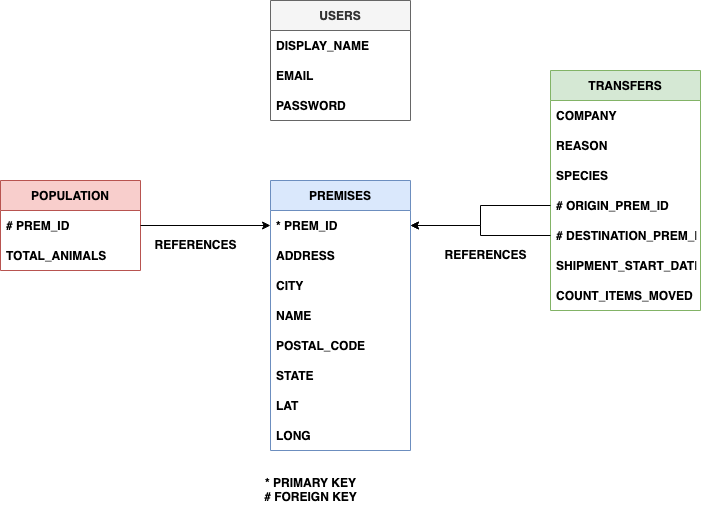
This is images/Data Model.png from jayrajmulani/rab-app-demo, a draw.io export, as it was before one commit. Source tidied: cells renumbered, new cells last; positions are measured from the earlier drawing's top-left corner, leaving out a move shared by most shapes. The source it was exported from:
```xml
<mxGraphModel>
  <root>
    <mxCell id="0" />
    <mxCell id="1" parent="0" />
    <mxCell id="2" value="USERS" style="swimlane;fontStyle=1;horizontal=1;startSize=30;fillColor=#f5f5f5;fontColor=#333333;strokeColor=#666666;" parent="1" vertex="1">
      <mxGeometry x="270" width="140" height="120" as="geometry" />
    </mxCell>
    <mxCell id="3" value="DISPLAY_NAME" style="text;strokeColor=none;fillColor=none;align=left;verticalAlign=middle;spacingLeft=4;spacingRight=4;overflow=hidden;fontStyle=1;" parent="2" vertex="1">
      <mxGeometry y="30" width="140" height="30" as="geometry" />
    </mxCell>
    <mxCell id="4" value="EMAIL" style="text;strokeColor=none;fillColor=none;align=left;verticalAlign=middle;spacingLeft=4;spacingRight=4;overflow=hidden;fontStyle=1;" parent="2" vertex="1">
      <mxGeometry y="60" width="140" height="30" as="geometry" />
    </mxCell>
    <mxCell id="5" value="PASSWORD" style="text;strokeColor=none;fillColor=none;align=left;verticalAlign=middle;spacingLeft=4;spacingRight=4;overflow=hidden;fontStyle=1;" parent="2" vertex="1">
      <mxGeometry y="90" width="140" height="30" as="geometry" />
    </mxCell>
    <mxCell id="6" value="POPULATION" style="swimlane;fontStyle=1;horizontal=1;startSize=30;fillColor=#f8cecc;strokeColor=#b85450;" parent="1" vertex="1">
      <mxGeometry y="180" width="140" height="90" as="geometry" />
    </mxCell>
    <mxCell id="7" value="# PREM_ID" style="text;strokeColor=none;fillColor=none;align=left;verticalAlign=middle;spacingLeft=4;spacingRight=4;overflow=hidden;points=[[0,0.5],[1,0.5]];portConstraint=eastwest;fontStyle=1;" parent="6" vertex="1">
      <mxGeometry y="30" width="140" height="30" as="geometry" />
    </mxCell>
    <mxCell id="8" value="TOTAL_ANIMALS" style="text;strokeColor=none;fillColor=none;align=left;verticalAlign=middle;spacingLeft=4;spacingRight=4;overflow=hidden;fontStyle=1;" parent="6" vertex="1">
      <mxGeometry y="60" width="140" height="30" as="geometry" />
    </mxCell>
    <mxCell id="9" value="PREMISES" style="swimlane;fontStyle=1;horizontal=1;startSize=30;fillColor=#dae8fc;strokeColor=#6c8ebf;" parent="1" vertex="1">
      <mxGeometry x="270" y="180" width="140" height="270" as="geometry" />
    </mxCell>
    <mxCell id="10" value="* PREM_ID" style="text;strokeColor=none;fillColor=none;align=left;verticalAlign=middle;spacingLeft=4;spacingRight=4;overflow=hidden;points=[[0,0.5],[1,0.5]];portConstraint=eastwest;fontStyle=1;" parent="9" vertex="1">
      <mxGeometry y="30" width="140" height="30" as="geometry" />
    </mxCell>
    <mxCell id="11" value="ADDRESS" style="text;strokeColor=none;fillColor=none;align=left;verticalAlign=middle;spacingLeft=4;spacingRight=4;overflow=hidden;fontStyle=1;" parent="9" vertex="1">
      <mxGeometry y="60" width="140" height="30" as="geometry" />
    </mxCell>
    <mxCell id="12" value="CITY" style="text;strokeColor=none;fillColor=none;align=left;verticalAlign=middle;spacingLeft=4;spacingRight=4;overflow=hidden;fontStyle=1;" parent="9" vertex="1">
      <mxGeometry y="90" width="140" height="30" as="geometry" />
    </mxCell>
    <mxCell id="13" value="NAME" style="text;strokeColor=none;fillColor=none;align=left;verticalAlign=middle;spacingLeft=4;spacingRight=4;overflow=hidden;fontStyle=1;" parent="9" vertex="1">
      <mxGeometry y="120" width="140" height="30" as="geometry" />
    </mxCell>
    <mxCell id="14" value="POSTAL_CODE    " style="text;strokeColor=none;fillColor=none;align=left;verticalAlign=middle;spacingLeft=4;spacingRight=4;overflow=hidden;fontStyle=1;" parent="9" vertex="1">
      <mxGeometry y="150" width="140" height="30" as="geometry" />
    </mxCell>
    <mxCell id="15" value="STATE" style="text;strokeColor=none;fillColor=none;align=left;verticalAlign=middle;spacingLeft=4;spacingRight=4;overflow=hidden;fontStyle=1;" parent="9" vertex="1">
      <mxGeometry y="180" width="140" height="30" as="geometry" />
    </mxCell>
    <mxCell id="16" value="LAT" style="text;strokeColor=none;fillColor=none;align=left;verticalAlign=middle;spacingLeft=4;spacingRight=4;overflow=hidden;fontStyle=1;" parent="9" vertex="1">
      <mxGeometry y="210" width="140" height="30" as="geometry" />
    </mxCell>
    <mxCell id="17" value="LONG" style="text;strokeColor=none;fillColor=none;align=left;verticalAlign=middle;spacingLeft=4;spacingRight=4;overflow=hidden;fontStyle=1;" parent="9" vertex="1">
      <mxGeometry y="240" width="140" height="30" as="geometry" />
    </mxCell>
    <mxCell id="18" value="TRANSFERS" style="swimlane;fontStyle=1;horizontal=1;startSize=30;fillColor=#d5e8d4;strokeColor=#82b366;" parent="1" vertex="1">
      <mxGeometry x="550" y="70" width="150" height="240" as="geometry" />
    </mxCell>
    <mxCell id="19" value="COMPANY    " style="text;strokeColor=none;fillColor=none;align=left;verticalAlign=middle;spacingLeft=4;spacingRight=4;overflow=hidden;fontStyle=1;" parent="18" vertex="1">
      <mxGeometry y="30" width="150" height="30" as="geometry" />
    </mxCell>
    <mxCell id="20" value="REASON" style="text;strokeColor=none;fillColor=none;align=left;verticalAlign=middle;spacingLeft=4;spacingRight=4;overflow=hidden;fontStyle=1;" parent="18" vertex="1">
      <mxGeometry y="60" width="150" height="30" as="geometry" />
    </mxCell>
    <mxCell id="21" value="SPECIES" style="text;strokeColor=none;fillColor=none;align=left;verticalAlign=middle;spacingLeft=4;spacingRight=4;overflow=hidden;fontStyle=1;" parent="18" vertex="1">
      <mxGeometry y="90" width="150" height="30" as="geometry" />
    </mxCell>
    <mxCell id="22" value="# ORIGIN_PREM_ID" style="text;strokeColor=none;fillColor=none;align=left;verticalAlign=middle;spacingLeft=4;spacingRight=4;overflow=hidden;points=[[0,0.5],[1,0.5]];portConstraint=eastwest;fontStyle=1;" parent="18" vertex="1">
      <mxGeometry y="120" width="150" height="30" as="geometry" />
    </mxCell>
    <mxCell id="23" value="# DESTINATION_PREM_ID" style="text;strokeColor=none;fillColor=none;align=left;verticalAlign=middle;spacingLeft=4;spacingRight=4;overflow=hidden;points=[[0,0.5],[1,0.5]];portConstraint=eastwest;fontStyle=1;" parent="18" vertex="1">
      <mxGeometry y="150" width="150" height="30" as="geometry" />
    </mxCell>
    <mxCell id="24" value="SHIPMENT_START_DATE" style="text;strokeColor=none;fillColor=none;align=left;verticalAlign=middle;spacingLeft=4;spacingRight=4;overflow=hidden;fontStyle=1;" parent="18" vertex="1">
      <mxGeometry y="180" width="150" height="30" as="geometry" />
    </mxCell>
    <mxCell id="25" value="COUNT_ITEMS_MOVED" style="text;strokeColor=none;fillColor=none;align=left;verticalAlign=middle;spacingLeft=4;spacingRight=4;overflow=hidden;fontStyle=1;" parent="18" vertex="1">
      <mxGeometry y="210" width="150" height="30" as="geometry" />
    </mxCell>
    <mxCell id="26" style="edgeStyle=orthogonalEdgeStyle;rounded=0;jettySize=auto;html=1;entryX=0;entryY=0.5;entryDx=0;entryDy=0;fontStyle=1;" parent="1" edge="1" source="7" target="10">
      <mxGeometry relative="1" as="geometry" />
    </mxCell>
    <mxCell id="27" style="edgeStyle=orthogonalEdgeStyle;rounded=0;jettySize=auto;html=1;entryX=1;entryY=0.5;entryDx=0;entryDy=0;fontStyle=1;" parent="1" edge="1" source="22" target="10">
      <mxGeometry relative="1" as="geometry" />
    </mxCell>
    <mxCell id="28" style="edgeStyle=orthogonalEdgeStyle;rounded=0;jettySize=auto;html=1;entryX=1;entryY=0.5;entryDx=0;entryDy=0;fontStyle=1;" parent="1" edge="1" source="23" target="10">
      <mxGeometry relative="1" as="geometry" />
    </mxCell>
    <mxCell id="29" value="REFERENCES" style="text;html=1;align=center;verticalAlign=middle;strokeColor=none;fillColor=none;fontStyle=1;" parent="1" vertex="1">
      <mxGeometry x="140" y="230" width="110" height="30" as="geometry" />
    </mxCell>
    <mxCell id="30" value="REFERENCES" style="text;html=1;align=center;verticalAlign=middle;strokeColor=none;fillColor=none;fontStyle=1;" parent="1" vertex="1">
      <mxGeometry x="430" y="240" width="110" height="30" as="geometry" />
    </mxCell>
    <mxCell id="31" value="&lt;div&gt;* PRIMARY KEY&lt;/div&gt;&lt;div&gt;# FOREIGN KEY&lt;br&gt;&lt;/div&gt;" style="text;html=1;align=center;verticalAlign=middle;strokeColor=none;fillColor=none;fontStyle=1;" parent="1" vertex="1">
      <mxGeometry x="250" y="470" width="120" height="40" as="geometry" />
    </mxCell>
  </root>
</mxGraphModel>
```
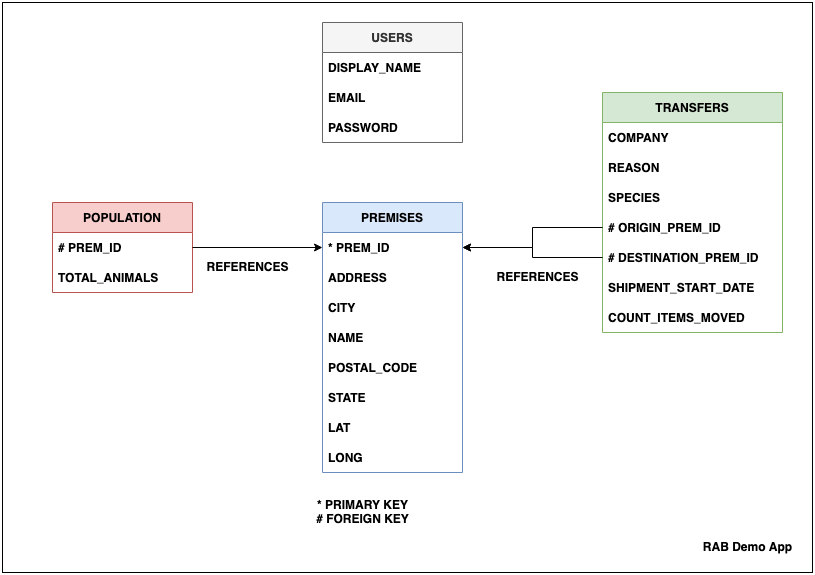
The same diagram one commit later.

Commit message:
Update Data model

The edit, as a diff of the source:
```diff
@@ -2,6 +2,9 @@
   <root>
     <mxCell id="0" />
     <mxCell id="1" parent="0" />
+    <mxCell id="32" style="rounded=0;whiteSpace=wrap;html=1;" parent="1" vertex="1">
+      <mxGeometry x="-50" y="-20" width="810" height="570" as="geometry" />
+    </mxCell>
     <mxCell id="2" value="USERS" style="swimlane;fontStyle=1;horizontal=1;startSize=30;fillColor=#f5f5f5;fontColor=#333333;strokeColor=#666666;" parent="1" vertex="1">
       <mxGeometry x="270" width="140" height="120" as="geometry" />
     </mxCell>
@@ -51,28 +54,28 @@
       <mxGeometry y="240" width="140" height="30" as="geometry" />
     </mxCell>
     <mxCell id="18" value="TRANSFERS" style="swimlane;fontStyle=1;horizontal=1;startSize=30;fillColor=#d5e8d4;strokeColor=#82b366;" parent="1" vertex="1">
-      <mxGeometry x="550" y="70" width="150" height="240" as="geometry" />
+      <mxGeometry x="550" y="70" width="180" height="240" as="geometry" />
     </mxCell>
     <mxCell id="19" value="COMPANY    " style="text;strokeColor=none;fillColor=none;align=left;verticalAlign=middle;spacingLeft=4;spacingRight=4;overflow=hidden;fontStyle=1;" parent="18" vertex="1">
-      <mxGeometry y="30" width="150" height="30" as="geometry" />
+      <mxGeometry y="30" width="180" height="30" as="geometry" />
     </mxCell>
     <mxCell id="20" value="REASON" style="text;strokeColor=none;fillColor=none;align=left;verticalAlign=middle;spacingLeft=4;spacingRight=4;overflow=hidden;fontStyle=1;" parent="18" vertex="1">
-      <mxGeometry y="60" width="150" height="30" as="geometry" />
+      <mxGeometry y="60" width="180" height="30" as="geometry" />
     </mxCell>
     <mxCell id="21" value="SPECIES" style="text;strokeColor=none;fillColor=none;align=left;verticalAlign=middle;spacingLeft=4;spacingRight=4;overflow=hidden;fontStyle=1;" parent="18" vertex="1">
-      <mxGeometry y="90" width="150" height="30" as="geometry" />
+      <mxGeometry y="90" width="180" height="30" as="geometry" />
     </mxCell>
     <mxCell id="22" value="# ORIGIN_PREM_ID" style="text;strokeColor=none;fillColor=none;align=left;verticalAlign=middle;spacingLeft=4;spacingRight=4;overflow=hidden;points=[[0,0.5],[1,0.5]];portConstraint=eastwest;fontStyle=1;" parent="18" vertex="1">
-      <mxGeometry y="120" width="150" height="30" as="geometry" />
+      <mxGeometry y="120" width="180" height="30" as="geometry" />
     </mxCell>
     <mxCell id="23" value="# DESTINATION_PREM_ID" style="text;strokeColor=none;fillColor=none;align=left;verticalAlign=middle;spacingLeft=4;spacingRight=4;overflow=hidden;points=[[0,0.5],[1,0.5]];portConstraint=eastwest;fontStyle=1;" parent="18" vertex="1">
-      <mxGeometry y="150" width="150" height="30" as="geometry" />
+      <mxGeometry y="150" width="180" height="30" as="geometry" />
     </mxCell>
     <mxCell id="24" value="SHIPMENT_START_DATE" style="text;strokeColor=none;fillColor=none;align=left;verticalAlign=middle;spacingLeft=4;spacingRight=4;overflow=hidden;fontStyle=1;" parent="18" vertex="1">
-      <mxGeometry y="180" width="150" height="30" as="geometry" />
+      <mxGeometry y="180" width="180" height="30" as="geometry" />
     </mxCell>
     <mxCell id="25" value="COUNT_ITEMS_MOVED" style="text;strokeColor=none;fillColor=none;align=left;verticalAlign=middle;spacingLeft=4;spacingRight=4;overflow=hidden;fontStyle=1;" parent="18" vertex="1">
-      <mxGeometry y="210" width="150" height="30" as="geometry" />
+      <mxGeometry y="210" width="180" height="30" as="geometry" />
     </mxCell>
     <mxCell id="26" style="edgeStyle=orthogonalEdgeStyle;rounded=0;jettySize=auto;html=1;entryX=0;entryY=0.5;entryDx=0;entryDy=0;fontStyle=1;" parent="1" edge="1" source="7" target="10">
       <mxGeometry relative="1" as="geometry" />
@@ -92,5 +95,8 @@
     <mxCell id="31" value="&lt;div&gt;* PRIMARY KEY&lt;/div&gt;&lt;div&gt;# FOREIGN KEY&lt;br&gt;&lt;/div&gt;" style="text;html=1;align=center;verticalAlign=middle;strokeColor=none;fillColor=none;fontStyle=1;" parent="1" vertex="1">
       <mxGeometry x="250" y="470" width="120" height="40" as="geometry" />
     </mxCell>
+    <mxCell id="33" value="&lt;b&gt;RAB Demo App&lt;/b&gt;" style="text;html=1;align=center;verticalAlign=middle;strokeColor=none;fillColor=none;" parent="1" vertex="1">
+      <mxGeometry x="640" y="510" width="110" height="30" as="geometry" />
+    </mxCell>
   </root>
 </mxGraphModel>
```
